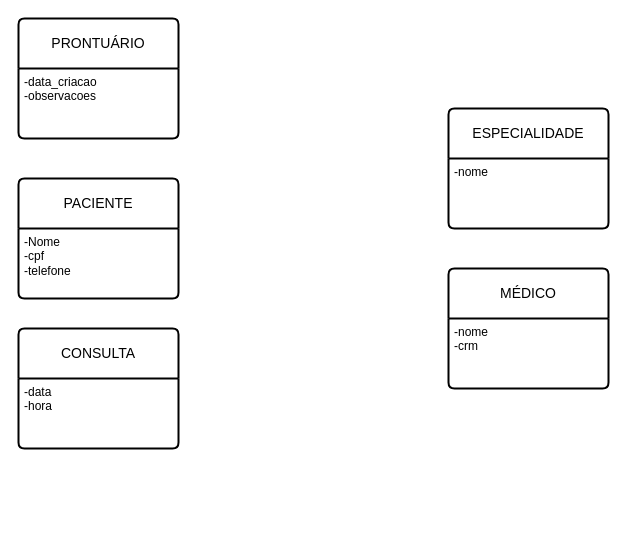
The draw.io diagram Trabalho de banco de dados.drawio in churial15/Des-de-sistemas-diego-3b, before the edit. Source tidied: cells renumbered, new cells numbered last; positions are measured from the earlier drawing's top-left corner, leaving out a move shared by most shapes. Both pictures are drawn from the tidied source at 100%, with x=0, y=0 at pixel (18, 18).
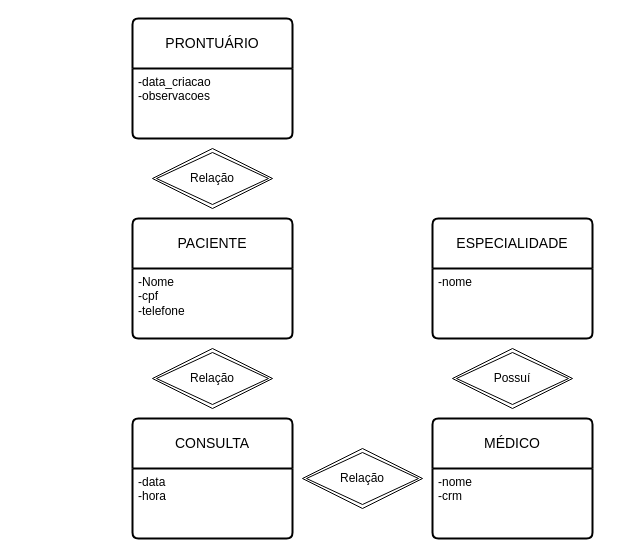
Above is the later version.

The edit, as a diff of the source:
```diff
@@
 <mxGraphModel>
   <root>
     <mxCell id="0" />
     <mxCell id="1" parent="0" />
     <mxCell id="2" value="MÉDICO" style="swimlane;horizontal=1;startSize=50;rounded=1;fontSize=14;fontStyle=0;strokeWidth=2;shadow=0;dashed=0;align=center;arcSize=4;whiteSpace=wrap;html=1;" parent="1" vertex="1">
-      <mxGeometry x="430" y="250" width="160" height="120" as="geometry" />
+      <mxGeometry x="414" y="400" width="160" height="120" as="geometry" />
     </mxCell>
     <mxCell id="3" value="-nome&lt;div&gt;-crm&lt;/div&gt;" style="align=left;strokeColor=none;fillColor=none;spacingLeft=4;spacingRight=4;fontSize=12;verticalAlign=top;html=1;whiteSpace=wrap;" parent="2" vertex="1">
       <mxGeometry y="50" width="160" height="70" as="geometry" />
     </mxCell>
     <mxCell id="4" value="CONSULTA" style="swimlane;horizontal=1;startSize=50;rounded=1;fontSize=14;fontStyle=0;strokeWidth=2;shadow=0;dashed=0;align=center;arcSize=4;whiteSpace=wrap;html=1;" parent="1" vertex="1">
-      <mxGeometry y="310" width="160" height="120" as="geometry" />
+      <mxGeometry x="114" y="400" width="160" height="120" as="geometry" />
     </mxCell>
     <mxCell id="5" value="-data&lt;div&gt;-hora&lt;/div&gt;" style="align=left;strokeColor=none;fillColor=none;spacingLeft=4;spacingRight=4;fontSize=12;verticalAlign=top;html=1;whiteSpace=wrap;" parent="4" vertex="1">
       <mxGeometry y="50" width="160" height="70" as="geometry" />
     </mxCell>
     <mxCell id="6" value="PRONTUÁRIO" style="swimlane;horizontal=1;startSize=50;rounded=1;fontSize=14;fontStyle=0;strokeWidth=2;shadow=0;dashed=0;align=center;arcSize=4;whiteSpace=wrap;html=1;" parent="1" vertex="1">
-      <mxGeometry width="160" height="120" as="geometry" />
+      <mxGeometry x="114" width="160" height="120" as="geometry" />
     </mxCell>
     <mxCell id="7" value="-data_criacao&lt;div&gt;-observacoes&lt;/div&gt;" style="align=left;strokeColor=none;fillColor=none;spacingLeft=4;spacingRight=4;fontSize=12;verticalAlign=top;html=1;whiteSpace=wrap;" parent="6" vertex="1">
       <mxGeometry y="50" width="160" height="70" as="geometry" />
     </mxCell>
     <mxCell id="8" value="PACIENTE" style="swimlane;horizontal=1;startSize=50;rounded=1;fontSize=14;fontStyle=0;strokeWidth=2;shadow=0;dashed=0;align=center;arcSize=4;whiteSpace=wrap;html=1;" parent="1" vertex="1">
-      <mxGeometry y="160" width="160" height="120" as="geometry" />
+      <mxGeometry x="114" y="200" width="160" height="120" as="geometry" />
     </mxCell>
     <mxCell id="9" value="-Nome&lt;div&gt;-cpf&lt;/div&gt;&lt;div&gt;-telefone&lt;/div&gt;" style="align=left;strokeColor=none;fillColor=none;spacingLeft=4;spacingRight=4;fontSize=12;verticalAlign=top;html=1;whiteSpace=wrap;" parent="8" vertex="1">
       <mxGeometry y="50" width="160" height="70" as="geometry" />
     </mxCell>
     <mxCell id="10" value="ESPECIALIDADE" style="swimlane;horizontal=1;startSize=50;rounded=1;fontSize=14;fontStyle=0;strokeWidth=2;shadow=0;dashed=0;align=center;arcSize=4;whiteSpace=wrap;html=1;" parent="1" vertex="1">
-      <mxGeometry x="430" y="90" width="160" height="120" as="geometry" />
+      <mxGeometry x="414" y="200" width="160" height="120" as="geometry" />
     </mxCell>
     <mxCell id="11" value="-nome" style="align=left;strokeColor=none;fillColor=none;spacingLeft=4;spacingRight=4;fontSize=12;verticalAlign=top;html=1;whiteSpace=wrap;" parent="10" vertex="1">
       <mxGeometry y="50" width="160" height="70" as="geometry" />
     </mxCell>
+    <mxCell id="12" value="Relação" style="shape=rhombus;double=1;perimeter=rhombusPerimeter;whiteSpace=wrap;html=1;align=center;" parent="1" vertex="1">
+      <mxGeometry x="134" y="130" width="120" height="60" as="geometry" />
+    </mxCell>
+    <mxCell id="13" value="Relação" style="shape=rhombus;double=1;perimeter=rhombusPerimeter;whiteSpace=wrap;html=1;align=center;" parent="1" vertex="1">
+      <mxGeometry x="134" y="330" width="120" height="60" as="geometry" />
+    </mxCell>
+    <mxCell id="14" value="Relação" style="shape=rhombus;double=1;perimeter=rhombusPerimeter;whiteSpace=wrap;html=1;align=center;" parent="1" vertex="1">
+      <mxGeometry x="284" y="430" width="120" height="60" as="geometry" />
+    </mxCell>
+    <mxCell id="15" value="Possuí" style="shape=rhombus;double=1;perimeter=rhombusPerimeter;whiteSpace=wrap;html=1;align=center;" parent="1" vertex="1">
+      <mxGeometry x="434" y="330" width="120" height="60" as="geometry" />
+    </mxCell>
   </root>
 </mxGraphModel>
```
